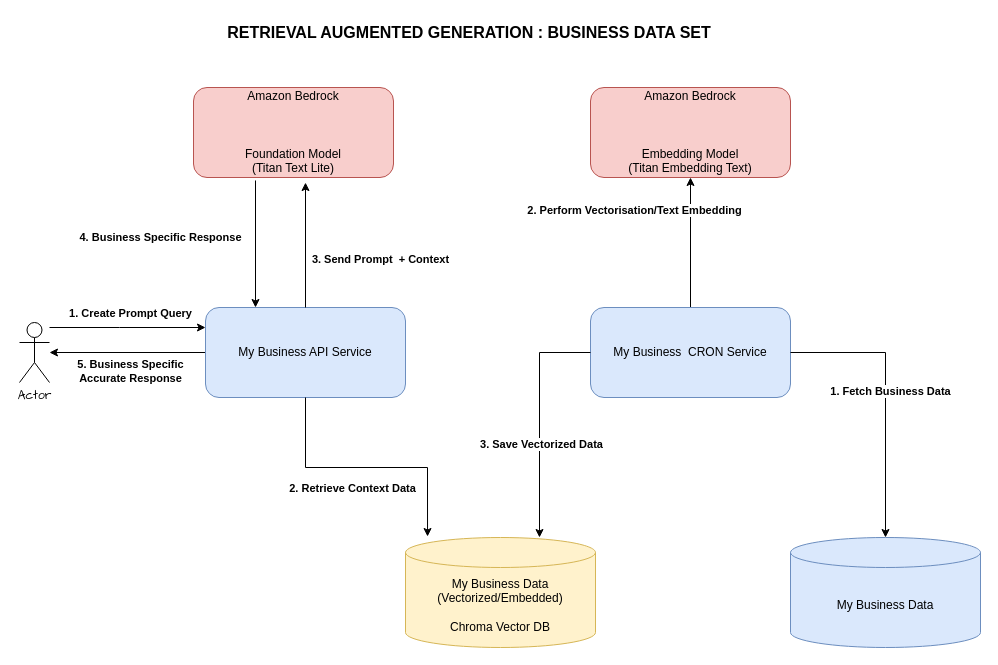
Before: RAG.drawio in itzmedinesh/drawings, a draw.io diagram. Source tidied: cells renumbered, new cells numbered last; positions are measured from the earlier drawing's top-left corner, leaving out a move shared by most shapes. Both pictures are drawn from the tidied source at 100%, with x=0, y=0 at pixel (19, 17).
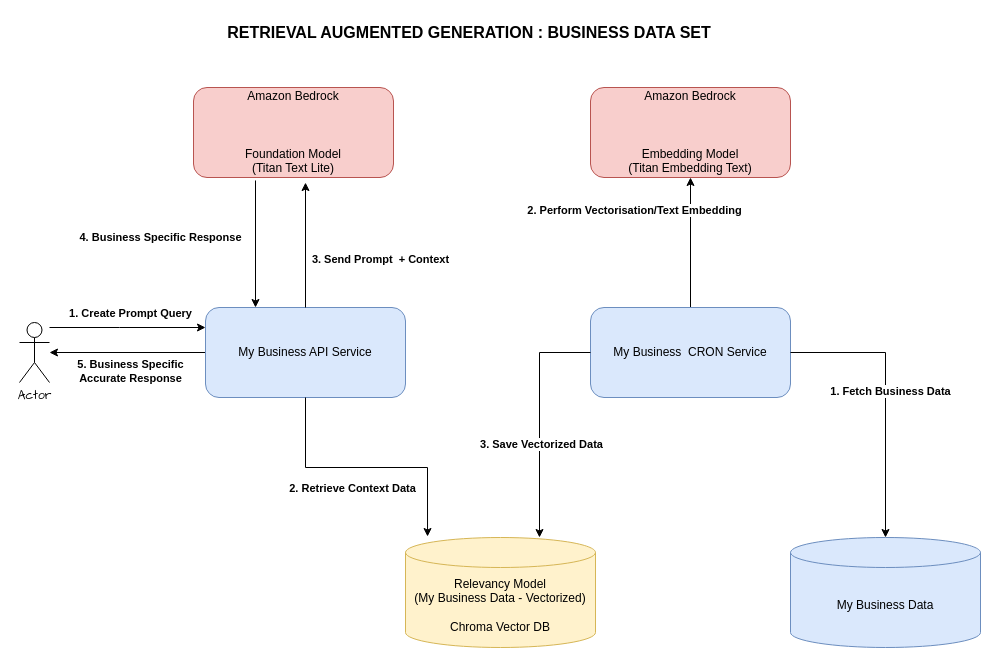
The same page after the edit.

Diff of the diagram source:
```diff
@@
-    <mxCell id="8" value="My Business Data&lt;div&gt;(Vectorized/Embedded)&lt;br&gt;&lt;div&gt;&lt;br&gt;&lt;/div&gt;&lt;div&gt;Chroma Vector DB&lt;/div&gt;&lt;/div&gt;" style="shape=cylinder3;whiteSpace=wrap;html=1;boundedLbl=1;backgroundOutline=1;size=15;fillColor=#fff2cc;strokeColor=#d6b656;" parent="1" vertex="1">
+    <mxCell id="8" value="&lt;div&gt;Relevancy Model&lt;/div&gt;&lt;div&gt;(&lt;span style=&quot;background-color: initial;&quot;&gt;My Business Data - Vectorized&lt;/span&gt;&lt;span style=&quot;background-color: initial;&quot;&gt;)&lt;/span&gt;&lt;/div&gt;&lt;div&gt;&lt;div&gt;&lt;br&gt;&lt;/div&gt;&lt;div&gt;Chroma Vector DB&lt;/div&gt;&lt;/div&gt;" style="shape=cylinder3;whiteSpace=wrap;html=1;boundedLbl=1;backgroundOutline=1;size=15;fillColor=#fff2cc;strokeColor=#d6b656;" parent="1" vertex="1">
       <mxGeometry x="386" y="520" width="190" height="110" as="geometry" />
     </mxCell>
```
